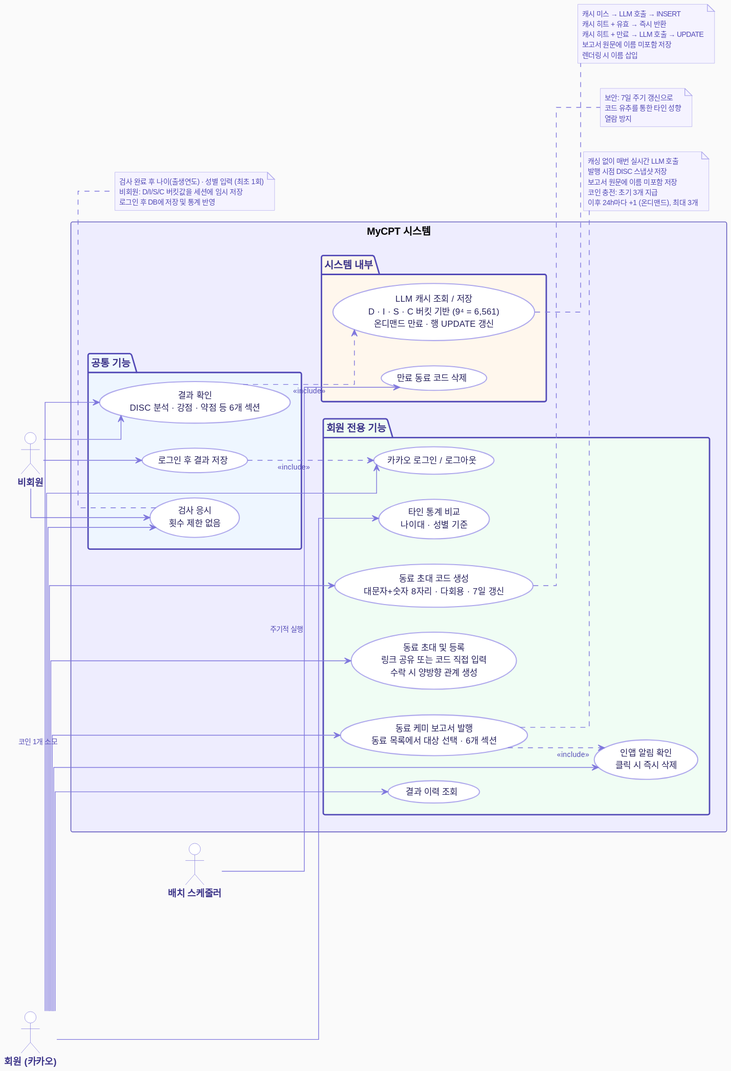
This is docs/images/MyCPT_UseCase.svg from Yush1nk1m/MyCPT, a PlantUML export, as it was before one commit.
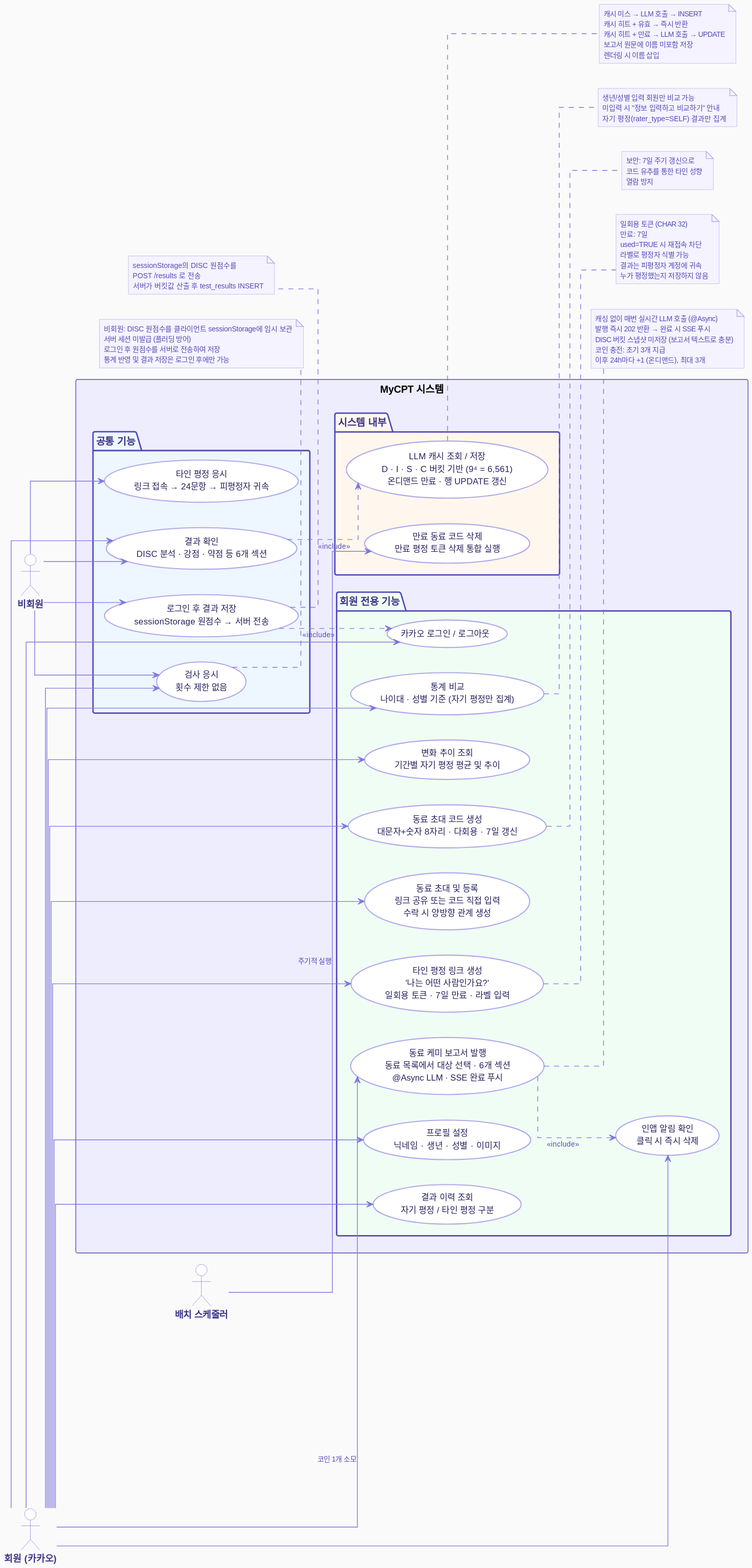
Above is the later version.

Change to the diagram source:
```diff
@@ -48,40 +48,48 @@
   package "공통 기능" #EEF6FF {
     usecase "검사 응시\n횟수 제한 없음" as UC_Test
     usecase "결과 확인\nDISC 분석 · 강점 · 약점 등 6개 섹션" as UC_Result
-    usecase "로그인 후 결과 저장" as UC_Save
+    usecase "로그인 후 결과 저장\nsessionStorage 원점수 → 서버 전송" as UC_Save
+    usecase "타인 평정 응시\n링크 접속 → 24문항 → 피평정자 귀속" as UC_PeerAssess
   }
 
   package "회원 전용 기능" #F0FDF4 {
     usecase "카카오 로그인 / 로그아웃" as UC_Login
-    usecase "결과 이력 조회" as UC_History
-    usecase "타인 통계 비교\n나이대 · 성별 기준" as UC_Stats
+    usecase "프로필 설정\n닉네임 · 생년 · 성별 · 이미지" as UC_Profile
+    usecase "결과 이력 조회\n자기 평정 / 타인 평정 구분" as UC_History
+    usecase "통계 비교\n나이대 · 성별 기준 (자기 평정만 집계)" as UC_Stats
+    usecase "변화 추이 조회\n기간별 자기 평정 평균 및 추이" as UC_Trend
     usecase "동료 초대 코드 생성\n대문자+숫자 8자리 · 다회용 · 7일 갱신" as UC_Code
     usecase "동료 초대 및 등록\n링크 공유 또는 코드 직접 입력\n수락 시 양방향 관계 생성" as UC_ColleagueRegister
-    usecase "동료 케미 보고서 발행\n동료 목록에서 대상 선택 · 6개 섹션" as UC_Compat
+    usecase "타인 평정 링크 생성\n'나는 어떤 사람인가요?'\n일회용 토큰 · 7일 만료 · 라벨 입력" as UC_AssessLink
+    usecase "동료 케미 보고서 발행\n동료 목록에서 대상 선택 · 6개 섹션\n@Async LLM · SSE 완료 푸시" as UC_Compat
     usecase "인앱 알림 확인\n클릭 시 즉시 삭제" as UC_Notify
   }
 
   package "시스템 내부" #FFF7ED {
     usecase "LLM 캐시 조회 / 저장\nD · I · S · C 버킷 기반 (9⁴ = 6,561)\n온디맨드 만료 · 행 UPDATE 갱신" as UC_Cache
-    usecase "만료 동료 코드 삭제" as UC_PeerCodeClean
+    usecase "만료 동료 코드 삭제\n만료 평정 토큰 삭제 통합 실행" as UC_CleanBatch
   }
 }
 
 Guest  --> UC_Test
 Guest  --> UC_Result
 Guest  --> UC_Save
+Guest  --> UC_PeerAssess
 
 Member --> UC_Test
 Member --> UC_Result
 Member --> UC_Login
+Member --> UC_Profile
 Member --> UC_History
 Member --> UC_Stats
+Member --> UC_Trend
 Member --> UC_Code
 Member --> UC_ColleagueRegister
+Member --> UC_AssessLink
 Member --> UC_Compat      : 코인 1개 소모
 Member --> UC_Notify
 
-Batch  --> UC_PeerCodeClean : 주기적 실행
+Batch  --> UC_CleanBatch : 주기적 실행
 
 UC_Result ..> UC_Cache  : <<include>>
 UC_Save   ..> UC_Login  : <<include>>
@@ -96,9 +104,9 @@
 end note
 
 note right of UC_Compat
-  캐싱 없이 매번 실시간 LLM 호출
-  발행 시점 DISC 스냅샷 저장
-  보고서 원문에 이름 미포함 저장
+  캐싱 없이 매번 실시간 LLM 호출 (@Async)
+  발행 즉시 202 반환 → 완료 시 SSE 푸시
+  DISC 버킷 스냅샷 미저장 (보고서 텍스트로 충분)
   코인 충전: 초기 3개 지급
   이후 24h마다 +1 (온디맨드), 최대 3개
 end note
@@ -109,9 +117,31 @@
   열람 방지
 end note
 
+note right of UC_AssessLink
+  일회용 토큰 (CHAR 32)
+  만료: 7일
+  used=TRUE 시 재접속 차단
+  라벨로 평정자 식별 가능
+  결과는 피평정자 계정에 귀속
+  누가 평정했는지 저장하지 않음
+end note
+
 note bottom of UC_Test
-  검사 완료 후 나이(출생연도) · 성별 입력 (최초 1회)
-  비회원: D/I/S/C 버킷값을 세션에 임시 저장
-  로그인 후 DB에 저장 및 통계 반영
+  비회원: DISC 원점수를 클라이언트 sessionStorage에 임시 보관
+  서버 세션 미발급 (플러딩 방어)
+  로그인 후 원점수를 서버로 전송하여 저장
+  통계 반영 및 결과 저장은 로그인 후에만 가능
+end note
+
+note bottom of UC_Save
+  sessionStorage의 DISC 원점수를
+  POST /results 로 전송
+  서버가 버킷값 산출 후 test_results INSERT
+end note
+
+note right of UC_Stats
+  생년/성별 입력 회원만 비교 가능
+  미입력 시 "정보 입력하고 비교하기" 안내
+  자기 평정(rater_type=SELF) 결과만 집계
 end note
 @enduml
```
